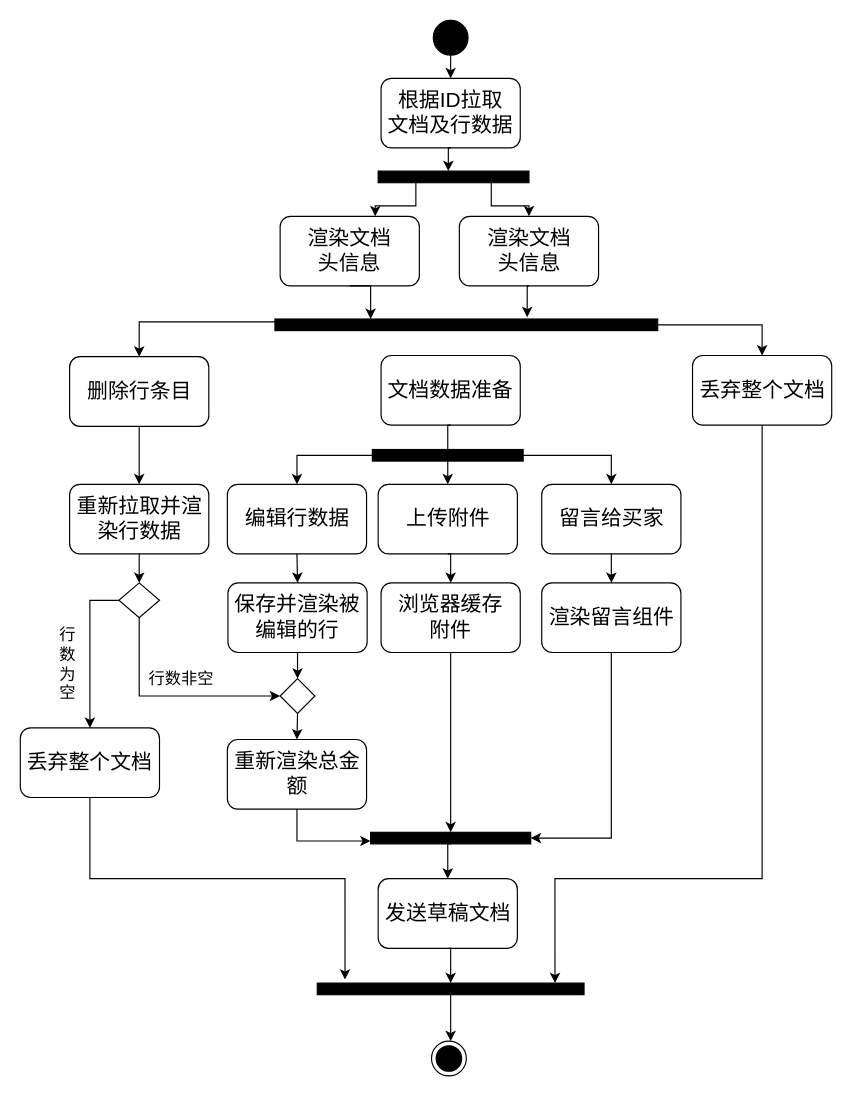
Robbie-Han/graduation-thesis keeps this draw.io diagram as page "形式发票草稿" (5 of 7) of 概要设计.drawio. Above is the earlier version. Source tidied: cells renumbered, new cells numbered last; positions are measured from the earlier drawing's top-left corner, leaving out a move shared by most shapes. Both pictures are drawn from the tidied source at 116%, with x=0, y=0 at pixel (20, 20).
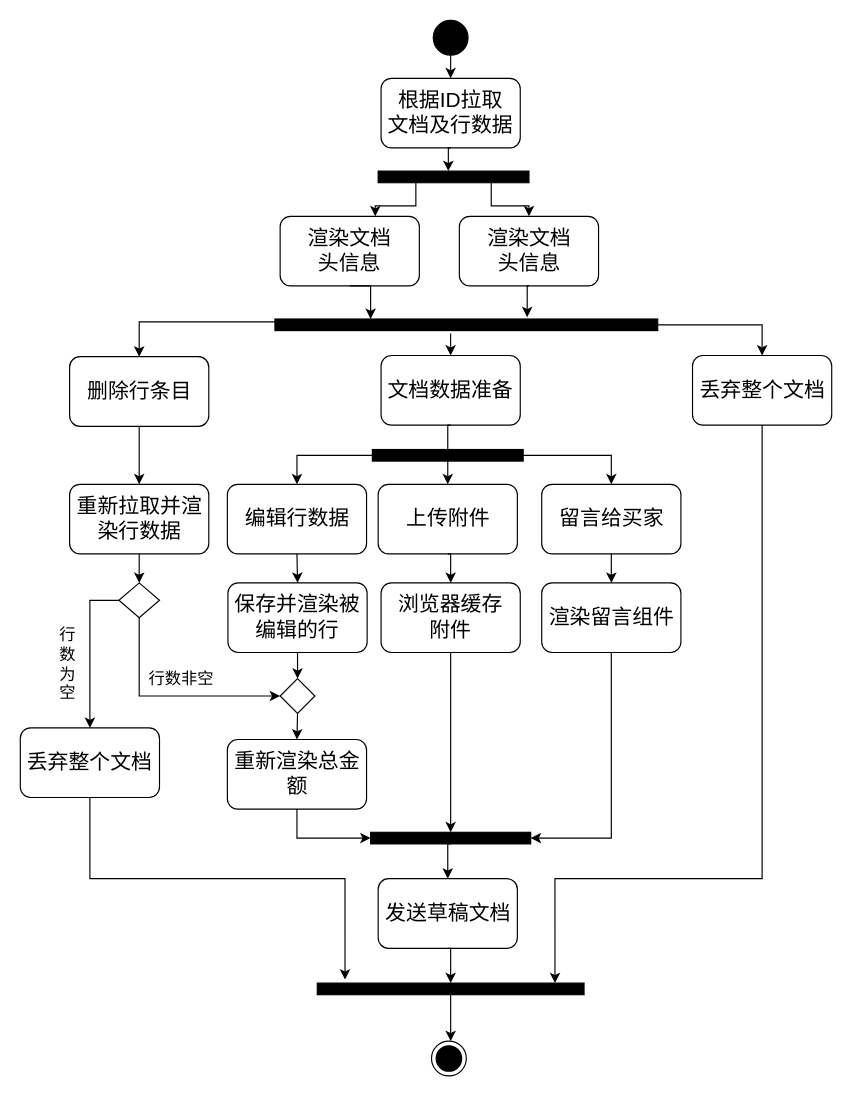
The same page after the edit.

Commit message (it also covers changes not shown here):
更新概要设计.drawio

Unchanged cells that the change refers to:
```xml
<mxCell id="13" style="rounded=0;whiteSpace=wrap;html=1;fillColor=#000000;" parent="1" vertex="1">
  <mxGeometry x="219.5" y="257.5" width="330" height="10" as="geometry" />
</mxCell>
<mxCell id="21" value="&lt;span style=&quot;font-size: 18px&quot;&gt;重新渲染总金额&lt;/span&gt;" style="rounded=1;whiteSpace=wrap;html=1;fillColor=none;" parent="1" vertex="1">
  <mxGeometry x="178.5" y="620" width="120" height="60" as="geometry" />
</mxCell>
<mxCell id="49" value="&lt;span style=&quot;font-size: 18px&quot;&gt;文档数据准备&lt;/span&gt;" style="rounded=1;whiteSpace=wrap;html=1;fillColor=none;" parent="1" vertex="1">
  <mxGeometry x="311" y="289" width="120" height="60" as="geometry" />
</mxCell>
<mxCell id="51" style="rounded=0;whiteSpace=wrap;html=1;fillColor=#000000;" parent="1" vertex="1">
  <mxGeometry x="302" y="700" width="138" height="10" as="geometry" />
</mxCell>
```

Diff of the diagram source:
```diff
@@
-    <mxCell id="20" style="edgeStyle=orthogonalEdgeStyle;rounded=0;jettySize=auto;html=1;exitX=0.5;exitY=1;exitDx=0;exitDy=0;entryX=0;entryY=0.75;entryDx=0;entryDy=0;" parent="1" edge="1" source="21" target="51">
+    <mxCell id="20" style="edgeStyle=orthogonalEdgeStyle;rounded=0;jettySize=auto;html=1;exitX=0.5;exitY=1;exitDx=0;exitDy=0;entryX=0;entryY=0.5;entryDx=0;entryDy=0;" parent="1" edge="1" source="21" target="51">
       <mxGeometry relative="1" as="geometry" />
     </mxCell>
@@
+    <mxCell id="59" style="edgeStyle=orthogonalEdgeStyle;rounded=0;jettySize=auto;html=1;exitX=0.459;exitY=1.25;exitDx=0;exitDy=0;entryX=0.5;entryY=0;entryDx=0;entryDy=0;exitPerimeter=0;" parent="1" edge="1" source="13" target="49">
+      <mxGeometry relative="1" as="geometry" />
+    </mxCell>
```
